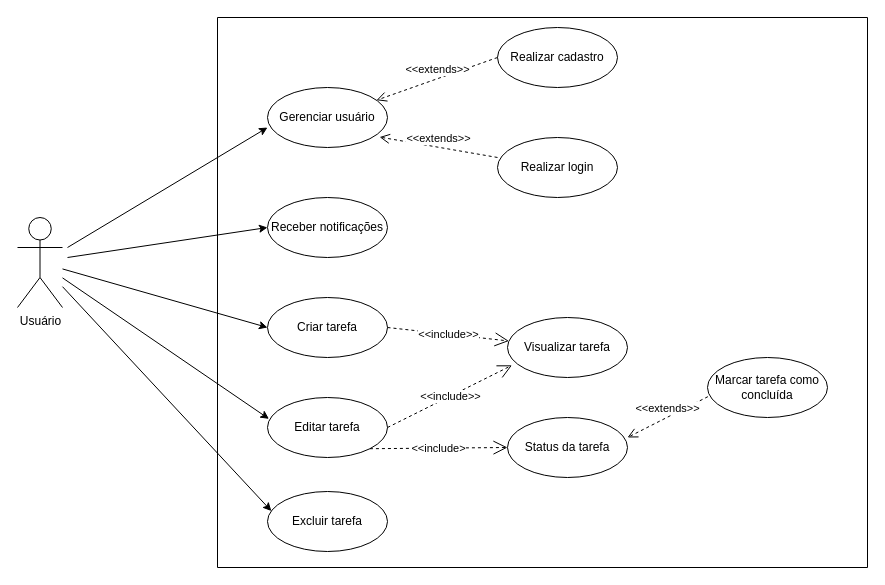
SAMUKISZHSD/Draw.io keeps this draw.io diagram as CasoUso_SGTP.drawio. Above is the earlier version. Source tidied: cells renumbered, new cells numbered last; positions are measured from the earlier drawing's top-left corner, leaving out a move shared by most shapes. Both pictures are drawn from the tidied source at 100%, with x=0, y=0 at pixel (17, 17).
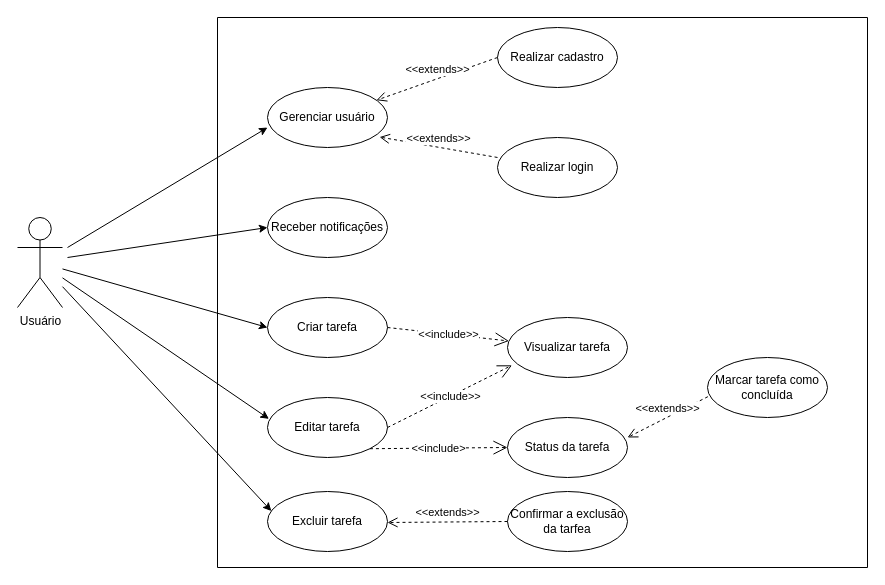
After the change.

Unchanged cells that the change refers to:
```xml
<mxCell id="22" style="swimlane;startSize=0;" parent="1" vertex="1">
  <mxGeometry x="200" width="650" height="550" as="geometry" />
</mxCell>
```

Change to the diagram source:
```diff
@@
+    <mxCell id="25" value="Confirmar a exclusão da tarfea" style="ellipse;whiteSpace=wrap;html=1;" parent="22" vertex="1">
+      <mxGeometry x="290" y="474" width="120" height="60" as="geometry" />
+    </mxCell>
+    <mxCell id="26" value="&amp;lt;&amp;lt;extends&amp;gt;&amp;gt;" style="html=1;verticalAlign=bottom;endArrow=open;dashed=1;endSize=8;curved=0;rounded=0;exitX=0;exitY=0.5;exitDx=0;exitDy=0;entryX=1;entryY=0.333;entryDx=0;entryDy=0;entryPerimeter=0;" parent="22" edge="1" source="25">
+      <mxGeometry relative="1" as="geometry">
+        <mxPoint x="170" y="505" as="targetPoint" />
+      </mxGeometry>
+    </mxCell>
```
